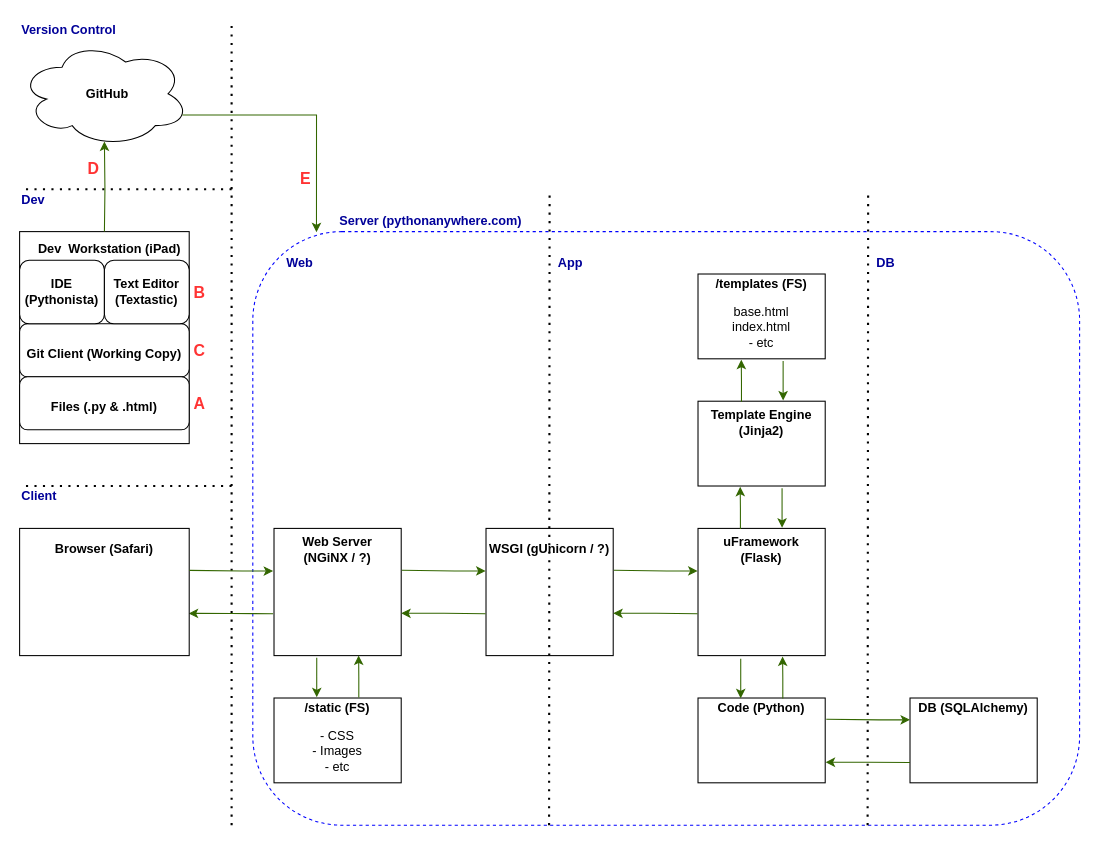
This is Web Flow.drawio from tsnellgrove/draw.io, a draw.io file, before an edit. Source tidied: cells renumbered, new cells numbered last; positions are measured from the earlier drawing's top-left corner, leaving out a move shared by most shapes. Both pictures are drawn from the tidied source at 106%, with x=0, y=0 at pixel (19, 19).
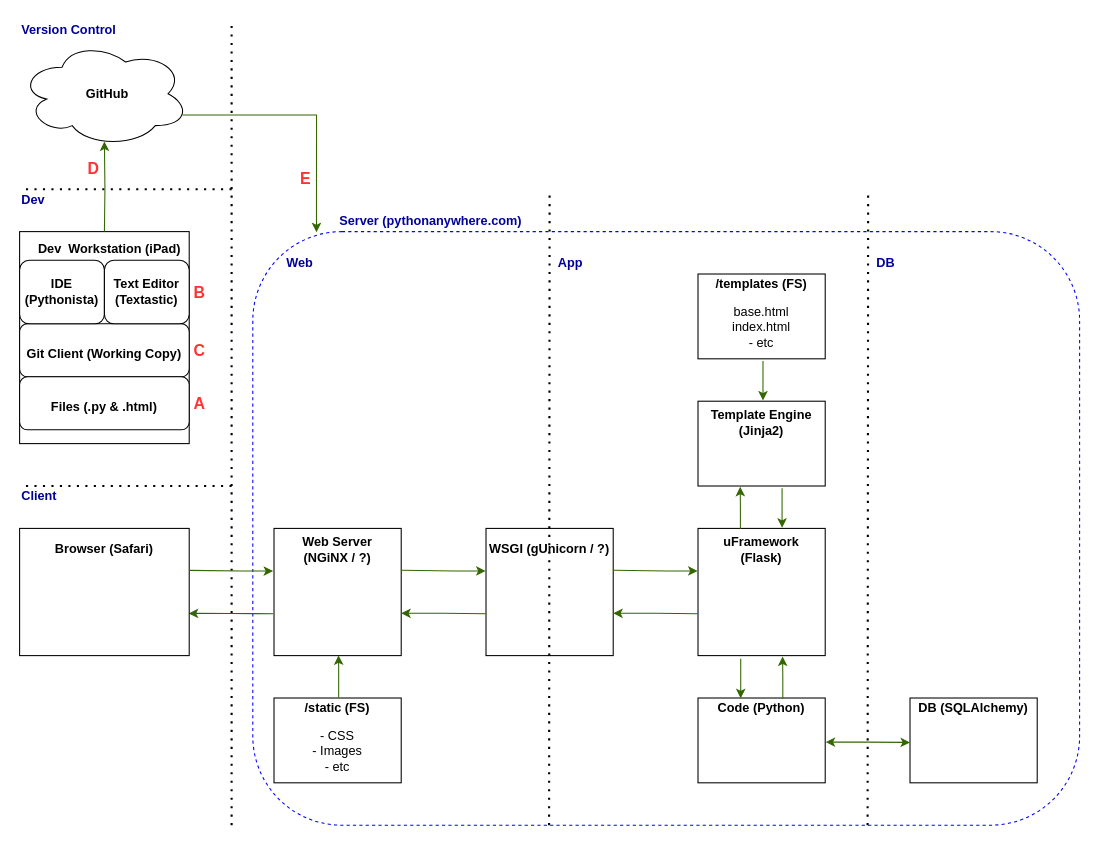
Above is the later version.

Unchanged cells that the change refers to:
```xml
<mxCell id="2" style="rounded=1;whiteSpace=wrap;html=1;fillColor=none;dashed=1;strokeColor=#0000FF;" parent="1" vertex="1">
  <mxGeometry x="220" y="200" width="780" height="560" as="geometry" />
</mxCell>
<mxCell id="26" value="/static (FS)" style="text;html=1;strokeColor=none;fillColor=none;align=center;verticalAlign=middle;whiteSpace=wrap;rounded=0;fontStyle=1;" parent="1" vertex="1">
  <mxGeometry x="240" y="640" width="120" height="20" as="geometry" />
</mxCell>
<mxCell id="28" style="rounded=0;whiteSpace=wrap;html=1;" parent="1" vertex="1">
  <mxGeometry x="240" y="480" width="120" height="120" as="geometry" />
</mxCell>
```

Change to the diagram source:
```diff
@@
-    <mxCell id="53" style="edgeStyle=orthogonalEdgeStyle;rounded=0;orthogonalLoop=1;jettySize=auto;html=1;exitX=0.997;exitY=0.668;exitDx=0;exitDy=0;entryX=-0.007;entryY=0.671;entryDx=0;entryDy=0;exitPerimeter=0;entryPerimeter=0;strokeColor=#336600;startArrow=classic;startFill=1;endArrow=none;endFill=0;" parent="1" edge="1">
+    <mxCell id="53" style="edgeStyle=orthogonalEdgeStyle;rounded=0;orthogonalLoop=1;jettySize=auto;html=1;exitX=0.997;exitY=0.668;exitDx=0;exitDy=0;entryX=-0.007;entryY=0.671;entryDx=0;entryDy=0;exitPerimeter=0;entryPerimeter=0;strokeColor=#336600;startArrow=classic;startFill=1;endArrow=classic;endFill=1;" parent="1" edge="1">
       <mxGeometry relative="1" as="geometry">
-        <mxPoint x="760.4" y="700.6" as="sourcePoint" />
-        <mxPoint x="840" y="700.9" as="targetPoint" />
+        <mxPoint x="760.4" y="681.6" as="sourcePoint" />
+        <mxPoint x="840" y="681.9" as="targetPoint" />
         <Array as="points">
-          <mxPoint x="800.8" y="700.4" />
+          <mxPoint x="800.8" y="681.4" />
         </Array>
       </mxGeometry>
     </mxCell>
-    <mxCell id="54" style="edgeStyle=orthogonalEdgeStyle;rounded=0;orthogonalLoop=1;jettySize=auto;html=1;exitX=-0.007;exitY=0.335;exitDx=0;exitDy=0;exitPerimeter=0;entryX=1.001;entryY=0.33;entryDx=0;entryDy=0;entryPerimeter=0;strokeColor=#336600;startArrow=classic;startFill=1;endArrow=none;endFill=0;" parent="1" edge="1">
-      <mxGeometry relative="1" as="geometry">
-        <mxPoint x="840" y="660.6" as="sourcePoint" />
-        <mxPoint x="761" y="660" as="targetPoint" />
-        <Array as="points">
-          <mxPoint x="810.8" y="660.4" />
-        </Array>
-      </mxGeometry>
-    </mxCell>
-    <mxCell id="55" style="edgeStyle=orthogonalEdgeStyle;rounded=0;jettySize=auto;html=1;exitX=0.997;exitY=0.668;exitDx=0;exitDy=0;entryX=0.128;entryY=0.714;entryDx=0;entryDy=0;exitPerimeter=0;entryPerimeter=0;strokeColor=#336600;" parent="1" edge="1" target="2">
+    <mxCell id="55" style="edgeStyle=orthogonalEdgeStyle;rounded=0;orthogonalLoop=1;jettySize=auto;html=1;exitX=0.997;exitY=0.668;exitDx=0;exitDy=0;entryX=0.128;entryY=0.714;entryDx=0;entryDy=0;exitPerimeter=0;entryPerimeter=0;strokeColor=#336600;" parent="1" edge="1">
       <mxGeometry relative="1" as="geometry">
-        <mxPoint x="320" y="639.5" as="sourcePoint" />
+        <mxPoint x="301" y="639.5" as="sourcePoint" />
+        <mxPoint x="300.8" y="599.8" as="targetPoint" />
         <Array as="points">
-          <mxPoint x="320" y="620" />
-          <mxPoint x="320" y="620" />
+          <mxPoint x="301" y="610" />
+          <mxPoint x="301" y="610" />
         </Array>
       </mxGeometry>
     </mxCell>
-    <mxCell id="56" style="edgeStyle=orthogonalEdgeStyle;rounded=0;jettySize=auto;html=1;exitX=0.336;exitY=1.017;exitDx=0;exitDy=0;exitPerimeter=0;strokeColor=#336600;entryX=0.336;entryY=-0.033;entryDx=0;entryDy=0;entryPerimeter=0;" parent="1" edge="1" source="28" target="26">
-      <mxGeometry relative="1" as="geometry">
-        <Array as="points">
-          <mxPoint x="280" y="620" />
-          <mxPoint x="280" y="639" />
-        </Array>
-      </mxGeometry>
-    </mxCell>
@@
-    <mxCell id="61" style="edgeStyle=orthogonalEdgeStyle;rounded=0;orthogonalLoop=1;jettySize=auto;html=1;exitX=0.997;exitY=0.668;exitDx=0;exitDy=0;entryX=0.128;entryY=0.714;entryDx=0;entryDy=0;exitPerimeter=0;entryPerimeter=0;strokeColor=#336600;" parent="1" edge="1">
-      <mxGeometry relative="1" as="geometry">
-        <mxPoint x="681" y="360.5" as="sourcePoint" />
-        <mxPoint x="680.8" y="320.8" as="targetPoint" />
-        <Array as="points">
-          <mxPoint x="681" y="341" />
-          <mxPoint x="681" y="341" />
-        </Array>
-      </mxGeometry>
-    </mxCell>
     <mxCell id="62" style="edgeStyle=orthogonalEdgeStyle;rounded=0;orthogonalLoop=1;jettySize=auto;html=1;exitX=0.336;exitY=1.017;exitDx=0;exitDy=0;exitPerimeter=0;strokeColor=#336600;entryX=0.336;entryY=-0.033;entryDx=0;entryDy=0;entryPerimeter=0;" parent="1" edge="1">
       <mxGeometry relative="1" as="geometry">
-        <mxPoint x="720.3" y="322" as="sourcePoint" />
-        <mxPoint x="720.3" y="359.3" as="targetPoint" />
+        <mxPoint x="701.3" y="322" as="sourcePoint" />
+        <mxPoint x="701.3" y="359.3" as="targetPoint" />
         <Array as="points">
-          <mxPoint x="720" y="350" />
-          <mxPoint x="720" y="350" />
+          <mxPoint x="701" y="350" />
+          <mxPoint x="701" y="350" />
         </Array>
       </mxGeometry>
     </mxCell>
```
